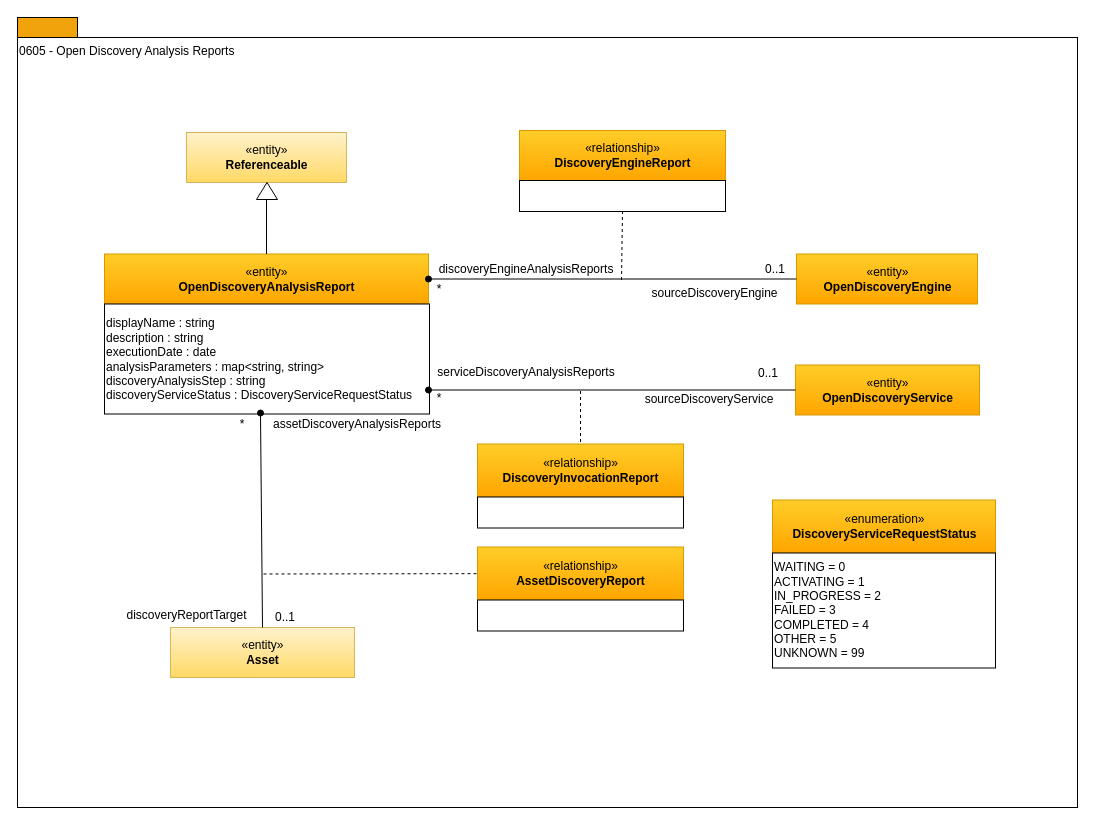
odpi/egeria-docs keeps this draw.io diagram as page "0603-Survey-Reports" (3 of 17) of site/docs/types/6/area-6-discovery.drawio. Above is the earlier version. Source tidied: cells renumbered, new cells numbered last; positions are measured from the earlier drawing's top-left corner, leaving out a move shared by most shapes. Both pictures are drawn from the tidied source at 100%, with x=0, y=0 at pixel (17, 17).
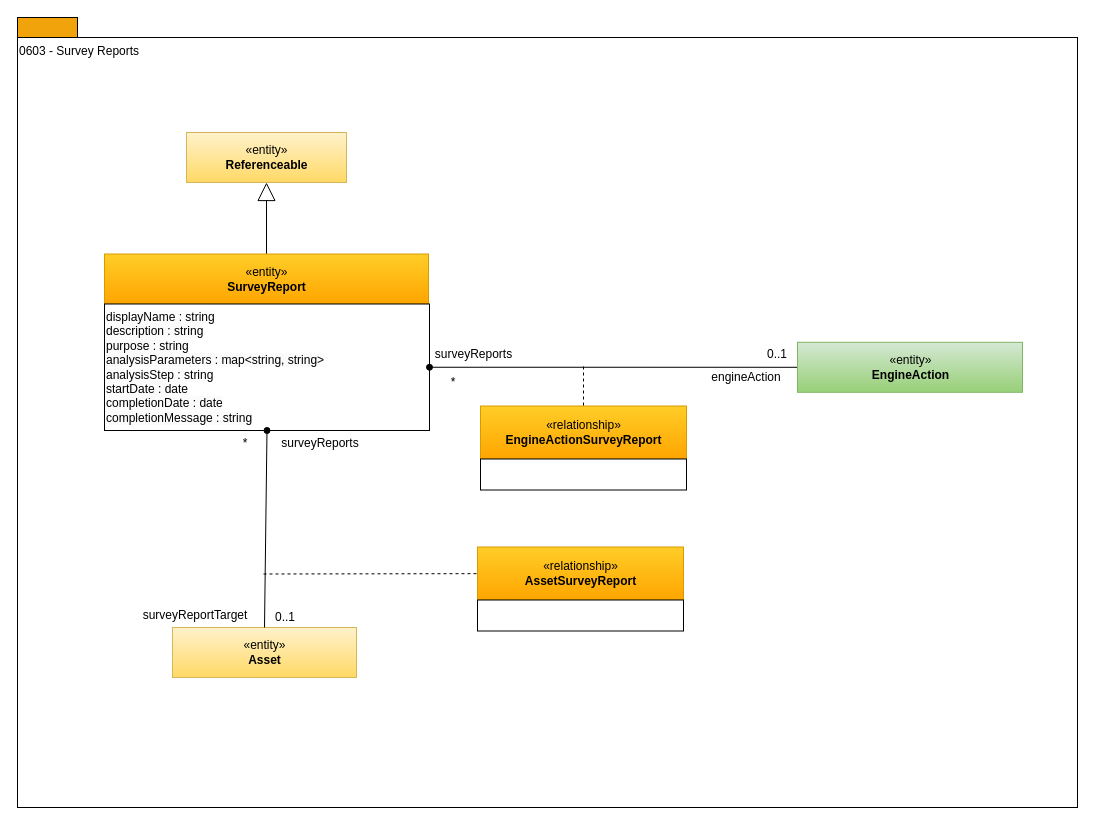
The same page after the edit.

The change refers to these unchanged cells:
```xml
<mxCell id="8" value="«entity»&lt;br&gt;&lt;b&gt;Referenceable&lt;/b&gt;" style="html=1;strokeColor=#d6b656;align=center;fillColor=#fff2cc;gradientColor=#ffd966;" parent="1" vertex="1">
  <mxGeometry x="169" y="115" width="160" height="50" as="geometry" />
</mxCell>
```

What changed in the source:
```diff
@@
-    <mxCell id="3" value="0605 - Open Discovery Analysis Reports" style="rounded=0;whiteSpace=wrap;html=1;align=left;verticalAlign=top;" parent="1" vertex="1">
+    <mxCell id="3" value="0603 - Survey Reports" style="rounded=0;whiteSpace=wrap;html=1;align=left;verticalAlign=top;" parent="1" vertex="1">
       <mxGeometry y="20" width="1060" height="770" as="geometry" />
     </mxCell>
+    <mxCell id="39" style="edgeStyle=orthogonalEdgeStyle;rounded=0;jettySize=auto;html=1;exitX=0.5;exitY=0;exitDx=0;exitDy=0;entryX=0.5;entryY=1;entryDx=0;entryDy=0;endArrow=block;endFill=0;endSize=16;" parent="1" edge="1" source="4" target="8">
+      <mxGeometry relative="1" as="geometry" />
+    </mxCell>
-    <mxCell id="4" value="«entity»&lt;br&gt;&lt;b&gt;OpenDiscoveryAnalysisReport&lt;/b&gt;" style="html=1;strokeColor=#d79b00;align=center;fillColor=#ffcd28;gradientColor=#ffa500;" parent="1" vertex="1">
+    <mxCell id="4" value="«entity»&lt;br&gt;&lt;b style=&quot;border-color: var(--border-color);&quot;&gt;SurveyReport&lt;/b&gt;" style="html=1;strokeColor=#d79b00;align=center;fillColor=#ffcd28;gradientColor=#ffa500;" parent="1" vertex="1">
       <mxGeometry x="87" y="236.5" width="324" height="50" as="geometry" />
     </mxCell>
-    <mxCell id="5" value="&lt;p style=&quot;text-align: left&quot;&gt;displayName : string&lt;br&gt;description : string&lt;br&gt;executionDate : date&lt;br&gt;&lt;span&gt;analysisParameters : map&amp;lt;string, string&amp;gt;&lt;br&gt;&lt;/span&gt;&lt;span&gt;discoveryAnalysisStep : string&lt;br&gt;&lt;/span&gt;&lt;span&gt;discoveryServiceStatus : DiscoveryServiceRequestStatus&lt;/span&gt;&lt;/p&gt;" style="rounded=0;whiteSpace=wrap;html=1;strokeColor=#000000;gradientColor=#ffffff;align=left;" parent="1" vertex="1">
-      <mxGeometry x="87" y="286.5" width="325" height="110" as="geometry" />
+    <mxCell id="5" value="&lt;span style=&quot;color: rgb(0, 0, 0); font-family: Helvetica; font-size: 12px; font-style: normal; font-variant-ligatures: normal; font-variant-caps: normal; font-weight: 400; letter-spacing: normal; orphans: 2; text-align: left; text-indent: 0px; text-transform: none; widows: 2; word-spacing: 0px; -webkit-text-stroke-width: 0px; background-color: rgb(251, 251, 251); text-decoration-thickness: initial; text-decoration-style: initial; text-decoration-color: initial; float: none; display: inline !important;&quot;&gt;displayName : string&lt;/span&gt;&lt;br style=&quot;border-color: var(--border-color); color: rgb(0, 0, 0); font-family: Helvetica; font-size: 12px; font-style: normal; font-variant-ligatures: normal; font-variant-caps: normal; font-weight: 400; letter-spacing: normal; orphans: 2; text-align: left; text-indent: 0px; text-transform: none; widows: 2; word-spacing: 0px; -webkit-text-stroke-width: 0px; text-decoration-thickness: initial; text-decoration-style: initial; text-decoration-color: initial;&quot;&gt;&lt;span style=&quot;color: rgb(0, 0, 0); font-family: Helvetica; font-size: 12px; font-style: normal; font-variant-ligatures: normal; font-variant-caps: normal; font-weight: 400; letter-spacing: normal; orphans: 2; text-align: left; text-indent: 0px; text-transform: none; widows: 2; word-spacing: 0px; -webkit-text-stroke-width: 0px; background-color: rgb(251, 251, 251); text-decoration-thickness: initial; text-decoration-style: initial; text-decoration-color: initial; float: none; display: inline !important;&quot;&gt;description : string&lt;/span&gt;&lt;br style=&quot;border-color: var(--border-color); color: rgb(0, 0, 0); font-family: Helvetica; font-size: 12px; font-style: normal; font-variant-ligatures: normal; font-variant-caps: normal; font-weight: 400; letter-spacing: normal; orphans: 2; text-align: left; text-indent: 0px; text-transform: none; widows: 2; word-spacing: 0px; -webkit-text-stroke-width: 0px; text-decoration-thickness: initial; text-decoration-style: initial; text-decoration-color: initial;&quot;&gt;&lt;span style=&quot;color: rgb(0, 0, 0); font-family: Helvetica; font-size: 12px; font-style: normal; font-variant-ligatures: normal; font-variant-caps: normal; font-weight: 400; letter-spacing: normal; orphans: 2; text-align: left; text-indent: 0px; text-transform: none; widows: 2; word-spacing: 0px; -webkit-text-stroke-width: 0px; background-color: rgb(251, 251, 251); text-decoration-thickness: initial; text-decoration-style: initial; text-decoration-color: initial; float: none; display: inline !important;&quot;&gt;purpose : string&lt;/span&gt;&lt;br style=&quot;border-color: var(--border-color); color: rgb(0, 0, 0); font-family: Helvetica; font-size: 12px; font-style: normal; font-variant-ligatures: normal; font-variant-caps: normal; font-weight: 400; letter-spacing: normal; orphans: 2; text-align: left; text-indent: 0px; text-transform: none; widows: 2; word-spacing: 0px; -webkit-text-stroke-width: 0px; text-decoration-thickness: initial; text-decoration-style: initial; text-decoration-color: initial;&quot;&gt;&lt;span style=&quot;color: rgb(0, 0, 0); font-family: Helvetica; font-size: 12px; font-style: normal; font-variant-ligatures: normal; font-variant-caps: normal; font-weight: 400; letter-spacing: normal; orphans: 2; text-align: left; text-indent: 0px; text-transform: none; widows: 2; word-spacing: 0px; -webkit-text-stroke-width: 0px; background-color: rgb(251, 251, 251); text-decoration-thickness: initial; text-decoration-style: initial; text-decoration-color: initial; float: none; display: inline !important;&quot;&gt;analysisParameters : map&amp;lt;string, string&amp;gt;&lt;/span&gt;&lt;br style=&quot;border-color: var(--border-color); color: rgb(0, 0, 0); font-family: Helvetica; font-size: 12px; font-style: normal; font-variant-ligatures: normal; font-variant-caps: normal; font-weight: 400; letter-spacing: normal; orphans: 2; text-align: left; text-indent: 0px; text-transform: none; widows: 2; word-spacing: 0px; -webkit-text-stroke-width: 0px; text-decoration-thickness: initial; text-decoration-style: initial; text-decoration-color: initial;&quot;&gt;&lt;span style=&quot;color: rgb(0, 0, 0); font-family: Helvetica; font-size: 12px; font-style: normal; font-variant-ligatures: normal; font-variant-caps: normal; font-weight: 400; letter-spacing: normal; orphans: 2; text-align: left; text-indent: 0px; text-transform: none; widows: 2; word-spacing: 0px; -webkit-text-stroke-width: 0px; background-color: rgb(251, 251, 251); text-decoration-thickness: initial; text-decoration-style: initial; text-decoration-color: initial; float: none; display: inline !important;&quot;&gt;analysisStep : string&lt;/span&gt;&lt;br style=&quot;border-color: var(--border-color); color: rgb(0, 0, 0); font-family: Helvetica; font-size: 12px; font-style: normal; font-variant-ligatures: normal; font-variant-caps: normal; font-weight: 400; letter-spacing: normal; orphans: 2; text-align: left; text-indent: 0px; text-transform: none; widows: 2; word-spacing: 0px; -webkit-text-stroke-width: 0px; text-decoration-thickness: initial; text-decoration-style: initial; text-decoration-color: initial;&quot;&gt;&lt;span style=&quot;color: rgb(0, 0, 0); font-family: Helvetica; font-size: 12px; font-style: normal; font-variant-ligatures: normal; font-variant-caps: normal; font-weight: 400; letter-spacing: normal; orphans: 2; text-align: left; text-indent: 0px; text-transform: none; widows: 2; word-spacing: 0px; -webkit-text-stroke-width: 0px; background-color: rgb(251, 251, 251); text-decoration-thickness: initial; text-decoration-style: initial; text-decoration-color: initial; float: none; display: inline !important;&quot;&gt;startDate : date&lt;br&gt;completionDate : date&lt;br&gt;completionMessage : string&lt;br&gt;&lt;/span&gt;" style="rounded=0;whiteSpace=wrap;html=1;strokeColor=#000000;gradientColor=#ffffff;align=left;" parent="1" vertex="1">
+      <mxGeometry x="87" y="286.5" width="325" height="126.5" as="geometry" />
     </mxCell>
-    <mxCell id="6" style="edgeStyle=orthogonalEdgeStyle;rounded=0;html=1;endArrow=none;endFill=0;jettySize=auto;" parent="1" edge="1" source="8" target="4">
-      <mxGeometry relative="1" as="geometry" />
-    </mxCell>
-    <mxCell id="7" style="edgeStyle=orthogonalEdgeStyle;rounded=0;jettySize=auto;html=1;endArrow=none;endFill=0;" parent="1" edge="1" source="8" target="4">
-      <mxGeometry relative="1" as="geometry" />
-    </mxCell>
@@
-    <mxCell id="9" style="triangle;whiteSpace=wrap;html=1;strokeColor=#000000;gradientColor=#ffffff;align=center;rotation=-90;" parent="1" vertex="1">
-      <mxGeometry x="241" y="163" width="17" height="21" as="geometry" />
-    </mxCell>
-    <mxCell id="10" value="«entity»&lt;br&gt;&lt;b&gt;OpenDiscoveryEngine&lt;/b&gt;" style="html=1;strokeColor=#d79b00;align=center;fillColor=#ffcd28;gradientColor=#ffa500;" parent="1" vertex="1">
-      <mxGeometry x="779" y="236.5" width="181" height="50" as="geometry" />
-    </mxCell>
-    <mxCell id="11" style="endArrow=oval;html=1;entryX=1;entryY=0.5;exitX=0;exitY=0.5;endFill=1;" parent="1" edge="1" source="10" target="4">
-      <mxGeometry relative="1" as="geometry" />
-    </mxCell>
-    <mxCell id="12" value="«relationship»&lt;br&gt;&lt;b&gt;DiscoveryEngineReport&lt;/b&gt;" style="html=1;strokeColor=#d79b00;align=center;fillColor=#ffcd28;gradientColor=#ffa500;" parent="1" vertex="1">
-      <mxGeometry x="502" y="113" width="206" height="50" as="geometry" />
-    </mxCell>
-    <mxCell id="13" style="endArrow=none;dashed=1;html=1;entryX=0.5;entryY=1;" parent="1" edge="1" target="15">
-      <mxGeometry relative="1" as="geometry">
-        <mxPoint x="604" y="262.5" as="sourcePoint" />
-      </mxGeometry>
-    </mxCell>
-    <mxCell id="14" value="«entity»&lt;br&gt;&lt;b&gt;OpenDiscoveryService&lt;/b&gt;" style="html=1;strokeColor=#d79b00;align=center;fillColor=#ffcd28;gradientColor=#ffa500;" parent="1" vertex="1">
-      <mxGeometry x="778" y="347.5" width="184" height="50" as="geometry" />
-    </mxCell>
-    <mxCell id="15" style="rounded=0;whiteSpace=wrap;html=1;strokeColor=#000000;gradientColor=#ffffff;align=center;" parent="1" vertex="1">
-      <mxGeometry x="502" y="163" width="206" height="31" as="geometry" />
-    </mxCell>
-    <mxCell id="16" value="«relationship»&lt;br&gt;&lt;b&gt;DiscoveryInvocationReport&lt;/b&gt;" style="html=1;strokeColor=#d79b00;align=center;fillColor=#ffcd28;gradientColor=#ffa500;" parent="1" vertex="1">
-      <mxGeometry x="460" y="426.5" width="206" height="53" as="geometry" />
+    <mxCell id="16" value="«relationship»&lt;br&gt;&lt;b&gt;EngineActionSurveyReport&lt;/b&gt;" style="html=1;strokeColor=#d79b00;align=center;fillColor=#ffcd28;gradientColor=#ffa500;" parent="1" vertex="1">
+      <mxGeometry x="463" y="388.5" width="206" height="53" as="geometry" />
     </mxCell>
     <mxCell id="17" style="endArrow=none;dashed=1;html=1;" parent="1" edge="1" target="16">
       <mxGeometry relative="1" as="geometry">
-        <mxPoint x="563" y="373.5" as="sourcePoint" />
+        <mxPoint x="566" y="349" as="sourcePoint" />
       </mxGeometry>
     </mxCell>
     <mxCell id="18" value="*" style="text;html=1;strokeColor=none;fillColor=none;align=center;verticalAlign=middle;whiteSpace=wrap;rounded=0;" parent="1" vertex="1">
-      <mxGeometry x="402" y="370.5" width="40" height="20" as="geometry" />
+      <mxGeometry x="420" y="354.8" width="32" height="20" as="geometry" />
     </mxCell>
-    <mxCell id="19" value="0..1" style="text;html=1;strokeColor=none;fillColor=none;align=center;verticalAlign=middle;whiteSpace=wrap;rounded=0;" parent="1" vertex="1">
-      <mxGeometry x="738" y="241.5" width="40" height="20" as="geometry" />
-    </mxCell>
-    <mxCell id="20" value="*" style="text;html=1;strokeColor=none;fillColor=none;align=center;verticalAlign=middle;whiteSpace=wrap;rounded=0;" parent="1" vertex="1">
-      <mxGeometry x="402" y="261.5" width="40" height="20" as="geometry" />
-    </mxCell>
     <mxCell id="21" value="0..1" style="text;html=1;strokeColor=none;fillColor=none;align=center;verticalAlign=middle;whiteSpace=wrap;rounded=0;" parent="1" vertex="1">
-      <mxGeometry x="731" y="346" width="40" height="20" as="geometry" />
+      <mxGeometry x="740" y="327.2" width="40" height="20" as="geometry" />
     </mxCell>
-    <mxCell id="22" value="sourceDiscoveryEngine" style="text;html=1;strokeColor=none;fillColor=none;align=center;verticalAlign=middle;whiteSpace=wrap;rounded=0;" parent="1" vertex="1">
-      <mxGeometry x="616" y="265.5" width="163" height="20" as="geometry" />
-    </mxCell>
     <mxCell id="23" style="rounded=0;whiteSpace=wrap;html=1;strokeColor=#000000;gradientColor=#ffffff;align=center;" parent="1" vertex="1">
-      <mxGeometry x="460" y="479.5" width="206" height="31" as="geometry" />
+      <mxGeometry x="463" y="441.5" width="206" height="31" as="geometry" />
     </mxCell>
-    <mxCell id="24" value="serviceDiscoveryAnalysisReports" style="text;html=1;strokeColor=none;fillColor=none;align=center;verticalAlign=middle;whiteSpace=wrap;rounded=0;" parent="1" vertex="1">
-      <mxGeometry x="406" y="345" width="206" height="20" as="geometry" />
+    <mxCell id="24" value="surveyReports" style="text;html=1;strokeColor=none;fillColor=none;align=center;verticalAlign=middle;whiteSpace=wrap;rounded=0;" parent="1" vertex="1">
+      <mxGeometry x="417" y="327.2" width="79" height="20" as="geometry" />
     </mxCell>
-    <mxCell id="25" value="sourceDiscoveryService" style="text;html=1;strokeColor=none;fillColor=none;align=center;verticalAlign=middle;whiteSpace=wrap;rounded=0;" parent="1" vertex="1">
-      <mxGeometry x="605" y="371.5" width="174" height="20" as="geometry" />
+    <mxCell id="25" value="engineAction" style="text;html=1;strokeColor=none;fillColor=none;align=center;verticalAlign=middle;whiteSpace=wrap;rounded=0;" parent="1" vertex="1">
+      <mxGeometry x="677" y="350.2" width="104" height="20" as="geometry" />
     </mxCell>
-    <mxCell id="26" style="endArrow=none;html=1;entryX=0;entryY=0.5;startArrow=oval;startFill=1;" parent="1" edge="1" target="14">
-      <mxGeometry relative="1" as="geometry">
-        <mxPoint x="411" y="372.5" as="sourcePoint" />
-      </mxGeometry>
+    <mxCell id="26" style="endArrow=none;html=1;entryX=0;entryY=0.5;startArrow=oval;startFill=1;exitX=1;exitY=0.5;exitDx=0;exitDy=0;entryDx=0;entryDy=0;" parent="1" edge="1" source="5" target="40">
+      <mxGeometry relative="1" as="geometry" />
     </mxCell>
-    <mxCell id="27" value="discoveryEngineAnalysisReports" style="text;html=1;strokeColor=none;fillColor=none;align=center;verticalAlign=middle;whiteSpace=wrap;rounded=0;" parent="1" vertex="1">
-      <mxGeometry x="406" y="241.5" width="206" height="20" as="geometry" />
-    </mxCell>
     <mxCell id="28" value="«entity»&lt;br&gt;&lt;b&gt;Asset&lt;/b&gt;" style="html=1;strokeColor=#d6b656;align=center;fillColor=#fff2cc;gradientColor=#ffd966;" parent="1" vertex="1">
-      <mxGeometry x="153" y="610" width="184" height="50" as="geometry" />
+      <mxGeometry x="155" y="610" width="184" height="50" as="geometry" />
     </mxCell>
-    <mxCell id="29" value="«relationship»&lt;br&gt;&lt;b&gt;AssetDiscoveryReport&lt;/b&gt;" style="html=1;strokeColor=#d79b00;align=center;fillColor=#ffcd28;gradientColor=#ffa500;" parent="1" vertex="1">
+    <mxCell id="29" value="«relationship»&lt;br&gt;&lt;b&gt;AssetSurveyReport&lt;/b&gt;" style="html=1;strokeColor=#d79b00;align=center;fillColor=#ffcd28;gradientColor=#ffa500;" parent="1" vertex="1">
       <mxGeometry x="460" y="529.5" width="206" height="53" as="geometry" />
     </mxCell>
@@
     <mxCell id="31" value="*" style="text;html=1;strokeColor=none;fillColor=none;align=center;verticalAlign=middle;whiteSpace=wrap;rounded=0;" parent="1" vertex="1">
-      <mxGeometry x="205" y="396.5" width="40" height="20" as="geometry" />
+      <mxGeometry x="207.5" y="416" width="40" height="20" as="geometry" />
     </mxCell>
@@
-    <mxCell id="34" value="assetDiscoveryAnalysisReports" style="text;html=1;strokeColor=none;fillColor=none;align=center;verticalAlign=middle;whiteSpace=wrap;rounded=0;" parent="1" vertex="1">
-      <mxGeometry x="252" y="396.5" width="176" height="20" as="geometry" />
+    <mxCell id="34" value="surveyReports" style="text;html=1;strokeColor=none;fillColor=none;align=center;verticalAlign=middle;whiteSpace=wrap;rounded=0;" parent="1" vertex="1">
+      <mxGeometry x="252" y="416" width="102" height="20" as="geometry" />
     </mxCell>
-    <mxCell id="35" value="discoveryReportTarget" style="text;html=1;strokeColor=none;fillColor=none;align=center;verticalAlign=middle;whiteSpace=wrap;rounded=0;" parent="1" vertex="1">
-      <mxGeometry x="96" y="587.5" width="147" height="20" as="geometry" />
+    <mxCell id="35" value="surveyReportTarget" style="text;html=1;strokeColor=none;fillColor=none;align=center;verticalAlign=middle;whiteSpace=wrap;rounded=0;" parent="1" vertex="1">
+      <mxGeometry x="113" y="587.5" width="130" height="20" as="geometry" />
     </mxCell>
-    <mxCell id="36" style="endArrow=none;html=1;entryX=0.5;entryY=0;exitX=0.5;exitY=1;endFill=0;startArrow=oval;startFill=1;" parent="1" edge="1" target="28">
-      <mxGeometry relative="1" as="geometry">
-        <mxPoint x="243" y="395.5" as="sourcePoint" />
-      </mxGeometry>
+    <mxCell id="36" style="endArrow=none;html=1;entryX=0.5;entryY=0;exitX=0.5;exitY=1;endFill=0;startArrow=oval;startFill=1;exitDx=0;exitDy=0;" parent="1" edge="1" source="5" target="28">
+      <mxGeometry relative="1" as="geometry" />
     </mxCell>
-    <mxCell id="37" value="«enumeration»&lt;br&gt;&lt;b&gt;DiscoveryServiceRequestStatus&lt;/b&gt;" style="html=1;strokeColor=#d79b00;align=center;fillColor=#ffcd28;gradientColor=#ffa500;" parent="1" vertex="1">
-      <mxGeometry x="755" y="482.5" width="223" height="53" as="geometry" />
-    </mxCell>
-    <mxCell id="38" value="WAITING = 0&lt;br&gt;ACTIVATING = 1&lt;br&gt;IN_PROGRESS = 2&lt;br&gt;FAILED = 3&lt;br&gt;COMPLETED = 4&lt;br&gt;OTHER = 5&lt;br&gt;UNKNOWN = 99" style="rounded=0;whiteSpace=wrap;html=1;strokeColor=#000000;gradientColor=#ffffff;align=left;" parent="1" vertex="1">
-      <mxGeometry x="755" y="535.5" width="223" height="115" as="geometry" />
-    </mxCell>
+    <mxCell id="40" value="«entity»&lt;br&gt;&lt;b&gt;EngineAction&lt;/b&gt;" style="html=1;strokeColor=#82b366;align=center;fillColor=#d5e8d4;gradientColor=#97d077;" parent="1" vertex="1">
+      <mxGeometry x="780" y="324.8" width="225" height="50" as="geometry" />
+    </mxCell>
```
